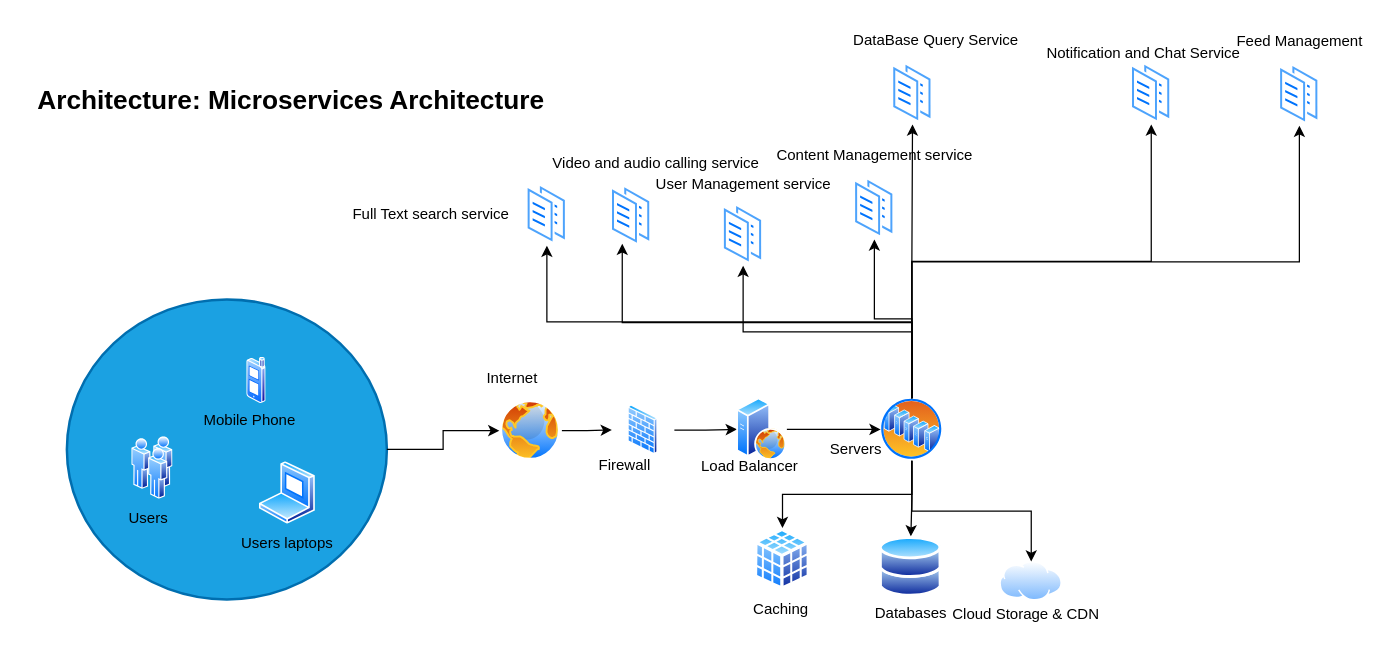
Dadaauth/GIST-Backend keeps this draw.io diagram as page "Page-1" (1 of 2) of misc/InnovateTogether Hub web architecture.drawio. Above is the earlier version. Source tidied: cells renumbered, new cells numbered last; positions are measured from the earlier drawing's top-left corner, leaving out a move shared by most shapes. Both pictures are drawn from the tidied source at 125%, with x=0, y=0 at pixel (21, 21).
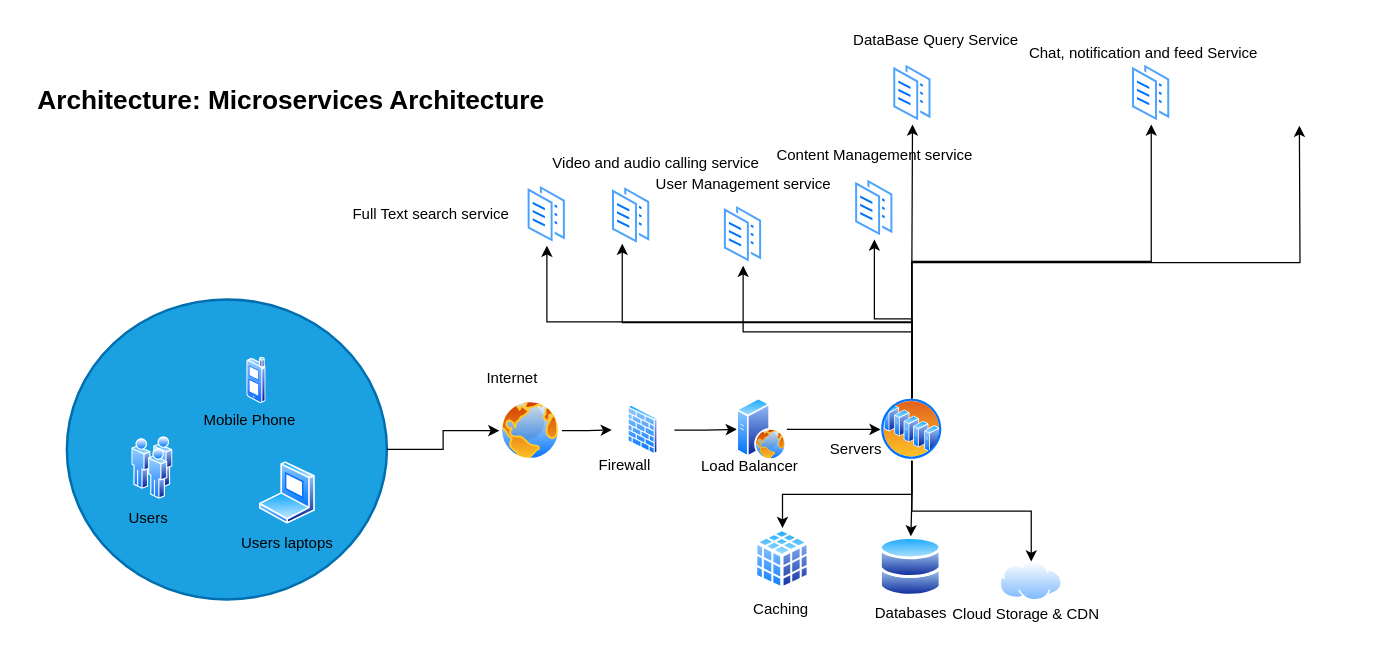
The same diagram, later.

Unchanged cells that the change refers to:
```xml
<mxCell id="46" style="image;perimeter=ellipsePerimeter;html=1;align=center;shadow=0;dashed=0;spacingTop=3;image=img/lib/active_directory/server_farm.svg;" parent="45" vertex="1">
  <mxGeometry x="50" width="50" height="50" as="geometry" />
</mxCell>
```

What changed in the source:
```diff
@@
-    <mxCell id="60" style="group;" parent="1" vertex="1">
-      <mxGeometry x="962" y="1" width="120" height="82" as="geometry" />
-    </mxCell>
-    <mxCell id="61" style="image;perimeter=ellipsePerimeter;html=1;align=center;shadow=0;dashed=0;spacingTop=3;image=img/lib/active_directory/documents.svg;" parent="60" vertex="1">
-      <mxGeometry x="43.5" y="32" width="33" height="50" as="geometry" />
-    </mxCell>
-    <mxCell id="62" value="Feed Management" style="text;html=1;align=center;verticalAlign=middle;strokeColor=none;fillColor=none;" parent="60" vertex="1">
-      <mxGeometry width="120" height="30" as="geometry" />
-    </mxCell>
     <mxCell id="63" style="group;" parent="1" vertex="1">
-      <mxGeometry x="832" y="10" width="155" height="72" as="geometry" />
+      <mxGeometry x="832" y="10" width="170" height="72" as="geometry" />
     </mxCell>
@@
-    <mxCell id="65" value="Notification and Chat Service" style="text;html=1;align=center;verticalAlign=middle;strokeColor=none;fillColor=none;" parent="63" vertex="1">
-      <mxGeometry x="-25" width="180" height="30" as="geometry" />
+    <mxCell id="65" value="Chat, notification and feed Service" style="text;html=1;align=center;verticalAlign=middle;strokeColor=none;fillColor=none;" parent="63" vertex="1">
+      <mxGeometry x="-40" width="210" height="30" as="geometry" />
     </mxCell>
@@
-    <mxCell id="67" style="edgeStyle=orthogonalEdgeStyle;rounded=0;jettySize=auto;html=1;exitX=0.5;exitY=0;exitDx=0;exitDy=0;entryX=0.5;entryY=1;entryDx=0;entryDy=0;" parent="1" edge="1" source="46" target="61">
-      <mxGeometry relative="1" as="geometry" />
+    <mxCell id="67" style="edgeStyle=orthogonalEdgeStyle;rounded=0;jettySize=auto;html=1;exitX=0.5;exitY=0;exitDx=0;exitDy=0;entryX=0.5;entryY=1;entryDx=0;entryDy=0;" parent="1" edge="1" source="46">
+      <mxGeometry relative="1" as="geometry">
+        <mxPoint x="1022" y="83" as="targetPoint" />
+      </mxGeometry>
     </mxCell>
```
